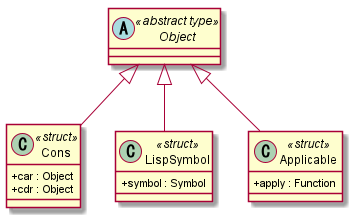
Above: doc/model.png in saka1029/JuLisp (PlantUML), before the change.
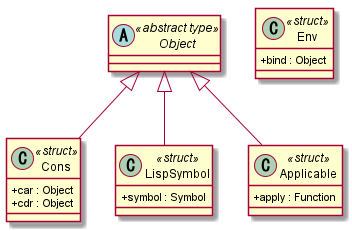
Later version of the same file.

The edit, as a diff of the source:
```diff
@@ -19,4 +19,8 @@
     + apply : Function
 }
 Object <|-- Applicable
+
+class Env <<struct>> {
+    + bind : Object
+}
 @enduml
```
